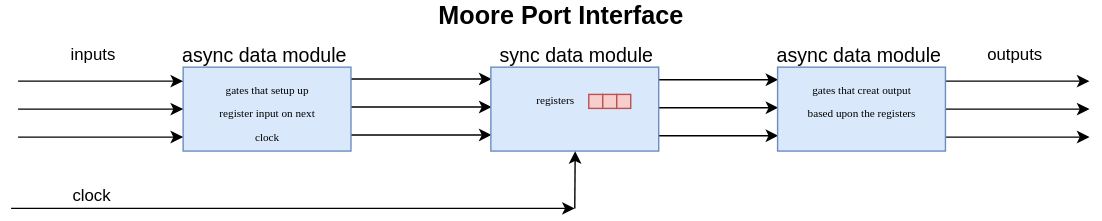
Before: Drawings/MoorePortInterface.svg, a diagram exported from draw.io (jfields4733/Jordan). Source tidied: cells renumbered, new cells last; positions are measured from the earlier drawing's top-left corner, leaving out a move shared by most shapes.
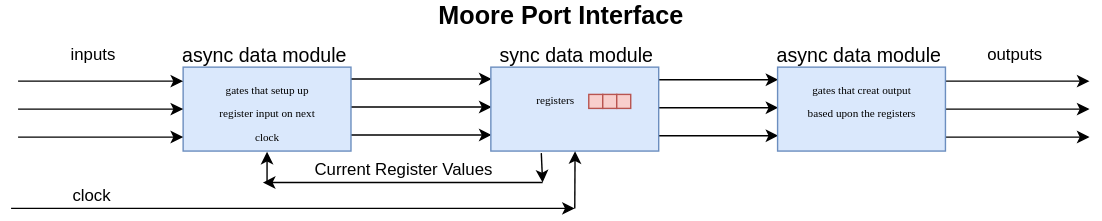
After the change.

Commit message:
added register feedback

Diff of the diagram source:
```diff
@@ -133,5 +133,25 @@
     <mxCell id="31" value="&lt;font style=&quot;font-size: 8px&quot; face=&quot;Tahoma&quot;&gt;gates that creat output based upon the registers&lt;/font&gt;" style="text;html=1;strokeColor=none;fillColor=none;align=center;verticalAlign=middle;whiteSpace=wrap;rounded=0;fontSize=14;" parent="1" vertex="1">
       <mxGeometry x="565.5" y="67" width="85" height="20" as="geometry" />
     </mxCell>
+    <mxCell id="32" style="endArrow=classic;html=1;exitX=0.301;exitY=1.024;exitPerimeter=0;" parent="1" edge="1" source="20">
+      <mxGeometry relative="1" as="geometry">
+        <mxPoint x="380" y="130" as="targetPoint" />
+      </mxGeometry>
+    </mxCell>
+    <mxCell id="33" style="endArrow=classic;html=1;" parent="1" edge="1">
+      <mxGeometry relative="1" as="geometry">
+        <mxPoint x="380" y="130" as="sourcePoint" />
+        <mxPoint x="180" y="130" as="targetPoint" />
+      </mxGeometry>
+    </mxCell>
+    <mxCell id="34" style="endArrow=classic;html=1;" parent="1" edge="1">
+      <mxGeometry relative="1" as="geometry">
+        <mxPoint x="183" y="130" as="sourcePoint" />
+        <mxPoint x="183" y="108" as="targetPoint" />
+      </mxGeometry>
+    </mxCell>
+    <mxCell id="35" value="Current Register Values" style="text;html=1;strokeColor=none;fillColor=none;align=center;verticalAlign=middle;whiteSpace=wrap;rounded=0;" parent="1" vertex="1">
+      <mxGeometry x="215.5" y="110" width="130" height="20" as="geometry" />
+    </mxCell>
   </root>
 </mxGraphModel>
```
